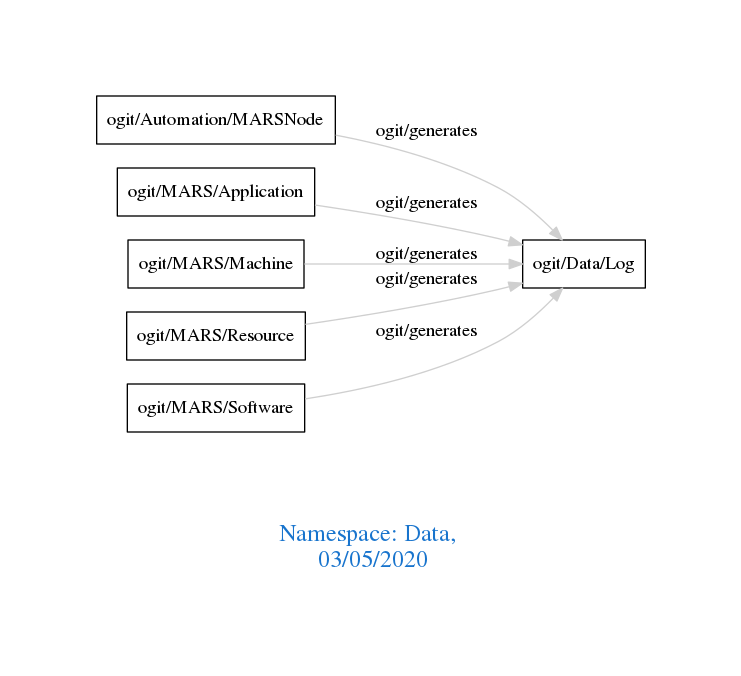
arago/OGIT keeps this Graphviz diagram as downloads/Data.png. Above is the earlier version. Its source is kept beside it as downloads/Data.dot.
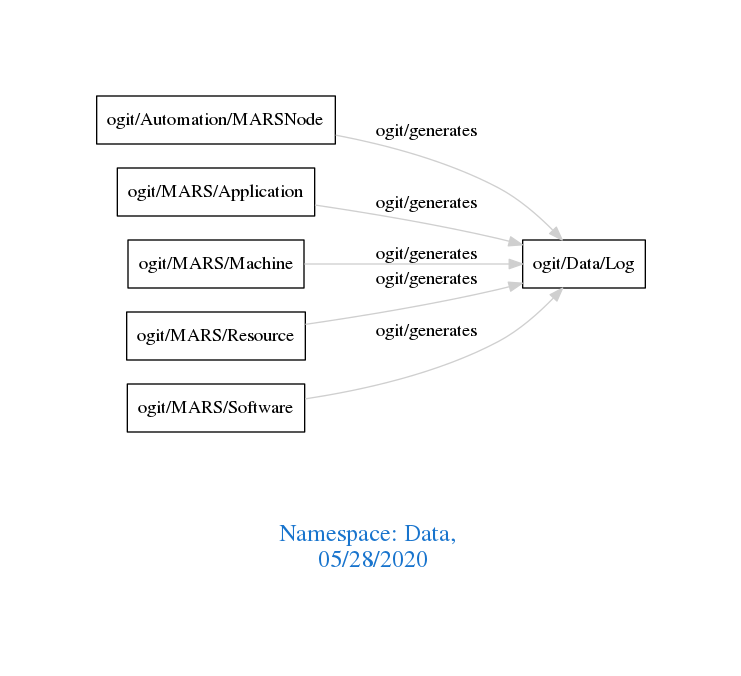
After the commit.

Change to the diagram source:
```diff
@@ -1,7 +1,7 @@
 digraph OGIT_ontology {
  graph [ rankdir= LR,pad=1
 fontsize = 18,
-fontcolor= dodgerblue3,label = "\n\n\nNamespace: Data, \n 03/05/2020"];
+fontcolor= dodgerblue3,label = "\n\n\nNamespace: Data, \n 05/28/2020"];
 node[shape=polygon];
 edge [  color="gray81"];
 
```
